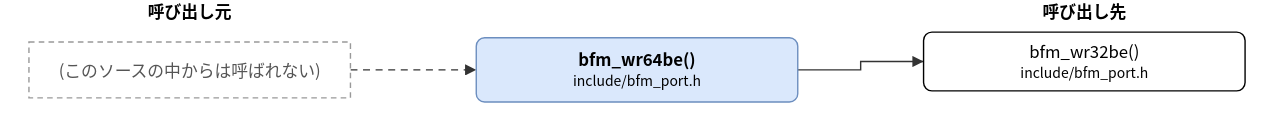
Earlier version of the draw.io export doc/spec/images/call_include_bfm_port-bfm_wr64be.drawio.svg (hf355051012-ai/bfmem). Source tidied: cells renumbered, new cells last; positions are measured from the earlier drawing's top-left corner, leaving out a move shared by most shapes.
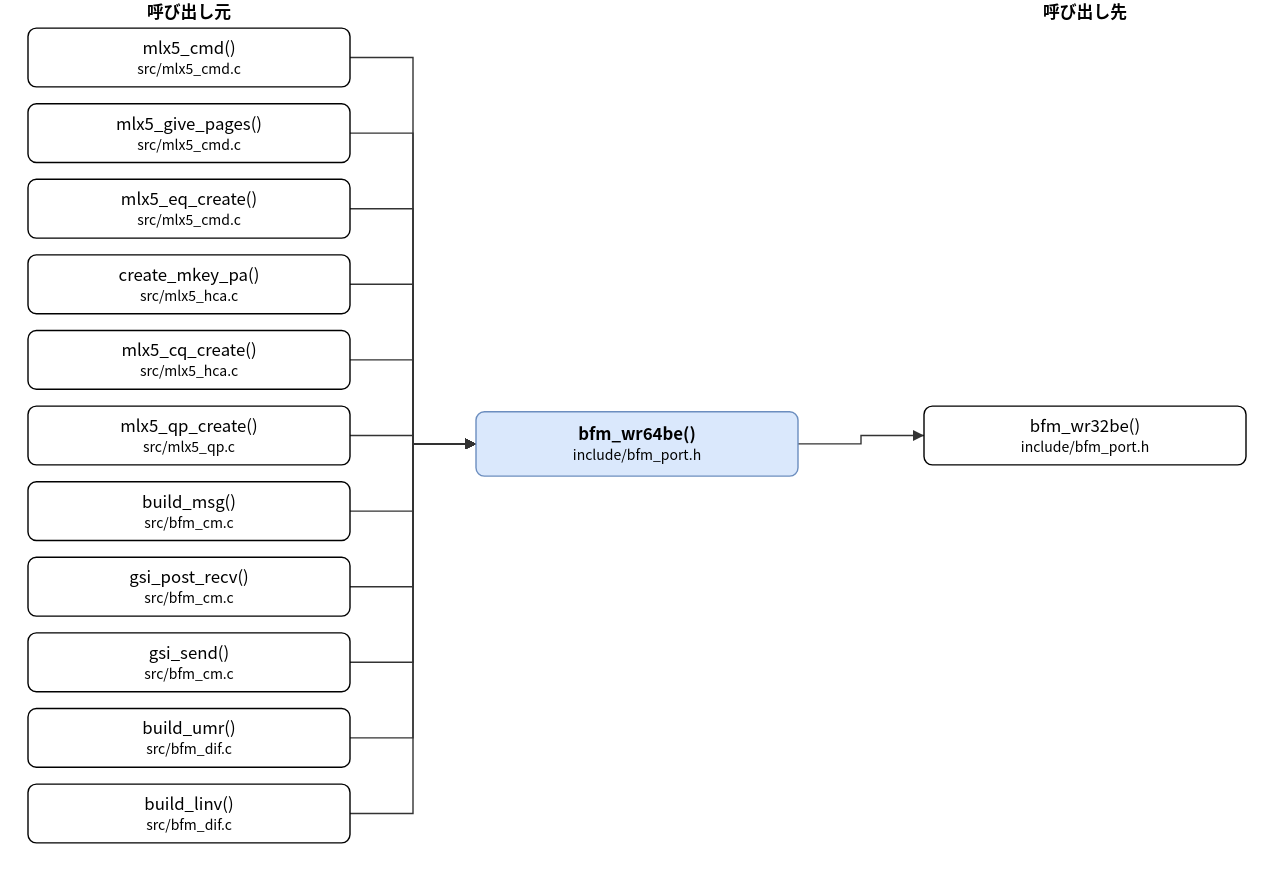
The same diagram one commit later.

Diff of the diagram source:
```diff
@@ -3,25 +3,140 @@
     <mxCell id="0" />
     <mxCell id="1" parent="0" />
     <mxCell id="2" value="bfm_wr64be()&lt;br&gt;&lt;font style=&quot;font-size:10px&quot;&gt;include/bfm_port.h&lt;/font&gt;" style="rounded=1;whiteSpace=wrap;html=1;fillColor=#dae8fc;strokeColor=#6c8ebf;fontStyle=1;" parent="1" vertex="1">
-      <mxGeometry x="320" y="27" width="230" height="46" as="geometry" />
+      <mxGeometry x="320" y="294" width="230" height="46" as="geometry" />
     </mxCell>
+    <mxCell id="4" value="mlx5_cmd()&lt;br&gt;&lt;font style=&quot;font-size:10px&quot;&gt;src/mlx5_cmd.c&lt;/font&gt;" style="rounded=1;whiteSpace=wrap;html=1;" parent="1" vertex="1">
+      <mxGeometry y="20" width="230" height="42" as="geometry" />
+    </mxCell>
+    <mxCell id="9" value="mlx5_give_pages()&lt;br&gt;&lt;font style=&quot;font-size:10px&quot;&gt;src/mlx5_cmd.c&lt;/font&gt;" style="rounded=1;whiteSpace=wrap;html=1;" parent="1" vertex="1">
+      <mxGeometry y="74" width="230" height="42" as="geometry" />
+    </mxCell>
+    <mxCell id="10" value="mlx5_eq_create()&lt;br&gt;&lt;font style=&quot;font-size:10px&quot;&gt;src/mlx5_cmd.c&lt;/font&gt;" style="rounded=1;whiteSpace=wrap;html=1;" parent="1" vertex="1">
+      <mxGeometry y="128" width="230" height="42" as="geometry" />
+    </mxCell>
+    <mxCell id="11" value="create_mkey_pa()&lt;br&gt;&lt;font style=&quot;font-size:10px&quot;&gt;src/mlx5_hca.c&lt;/font&gt;" style="rounded=1;whiteSpace=wrap;html=1;" parent="1" vertex="1">
+      <mxGeometry y="182" width="230" height="42" as="geometry" />
+    </mxCell>
+    <mxCell id="12" value="mlx5_cq_create()&lt;br&gt;&lt;font style=&quot;font-size:10px&quot;&gt;src/mlx5_hca.c&lt;/font&gt;" style="rounded=1;whiteSpace=wrap;html=1;" parent="1" vertex="1">
+      <mxGeometry y="236" width="230" height="42" as="geometry" />
+    </mxCell>
+    <mxCell id="13" value="mlx5_qp_create()&lt;br&gt;&lt;font style=&quot;font-size:10px&quot;&gt;src/mlx5_qp.c&lt;/font&gt;" style="rounded=1;whiteSpace=wrap;html=1;" parent="1" vertex="1">
+      <mxGeometry y="290" width="230" height="42" as="geometry" />
+    </mxCell>
+    <mxCell id="14" value="build_msg()&lt;br&gt;&lt;font style=&quot;font-size:10px&quot;&gt;src/bfm_cm.c&lt;/font&gt;" style="rounded=1;whiteSpace=wrap;html=1;" parent="1" vertex="1">
+      <mxGeometry y="344" width="230" height="42" as="geometry" />
+    </mxCell>
+    <mxCell id="15" value="gsi_post_recv()&lt;br&gt;&lt;font style=&quot;font-size:10px&quot;&gt;src/bfm_cm.c&lt;/font&gt;" style="rounded=1;whiteSpace=wrap;html=1;" parent="1" vertex="1">
+      <mxGeometry y="398" width="230" height="42" as="geometry" />
+    </mxCell>
+    <mxCell id="16" value="gsi_send()&lt;br&gt;&lt;font style=&quot;font-size:10px&quot;&gt;src/bfm_cm.c&lt;/font&gt;" style="rounded=1;whiteSpace=wrap;html=1;" parent="1" vertex="1">
+      <mxGeometry y="452" width="230" height="42" as="geometry" />
+    </mxCell>
+    <mxCell id="17" value="build_umr()&lt;br&gt;&lt;font style=&quot;font-size:10px&quot;&gt;src/bfm_dif.c&lt;/font&gt;" style="rounded=1;whiteSpace=wrap;html=1;" parent="1" vertex="1">
+      <mxGeometry y="506" width="230" height="42" as="geometry" />
+    </mxCell>
+    <mxCell id="18" value="build_linv()&lt;br&gt;&lt;font style=&quot;font-size:10px&quot;&gt;src/bfm_dif.c&lt;/font&gt;" style="rounded=1;whiteSpace=wrap;html=1;" parent="1" vertex="1">
+      <mxGeometry y="560" width="230" height="42" as="geometry" />
+    </mxCell>
     <mxCell id="3" value="bfm_wr32be()&lt;br&gt;&lt;font style=&quot;font-size:10px&quot;&gt;include/bfm_port.h&lt;/font&gt;" style="rounded=1;whiteSpace=wrap;html=1;" parent="1" vertex="1">
-      <mxGeometry x="640" y="23" width="230" height="42" as="geometry" />
+      <mxGeometry x="640" y="290" width="230" height="42" as="geometry" />
     </mxCell>
-    <mxCell id="4" value="(このソースの中からは呼ばれない)" style="rounded=0;whiteSpace=wrap;html=1;dashed=1;strokeColor=#999999;fontColor=#555555;dashed=1;" parent="1" vertex="1">
-      <mxGeometry y="30" width="230" height="40" as="geometry" />
-    </mxCell>
-    <mxCell id="5" style="edgeStyle=none;html=1;rounded=0;endArrow=block;endFill=1;exitX=1.0000;exitY=0.5000;exitDx=0;exitDy=0;exitPerimeter=0;entryX=0.0000;entryY=0.5000;entryDx=0;entryDy=0;entryPerimeter=0;" parent="1" edge="1" source="2" target="3">
+    <mxCell id="5" style="edgeStyle=none;html=1;rounded=0;endArrow=block;endFill=1;exitX=1.0000;exitY=0.5000;exitDx=0;exitDy=0;exitPerimeter=0;entryX=0.0000;entryY=0.5000;entryDx=0;entryDy=0;entryPerimeter=0;" parent="1" edge="1" source="4" target="2">
       <mxGeometry relative="1" as="geometry">
         <Array as="points">
-          <mxPoint x="595" y="50" />
-          <mxPoint x="595" y="44" />
+          <mxPoint x="275" y="41" />
+          <mxPoint x="275" y="317" />
         </Array>
       </mxGeometry>
     </mxCell>
-    <mxCell id="6" style="edgeStyle=none;html=1;rounded=0;endArrow=block;endFill=1;exitX=1.0000;exitY=0.5000;exitDx=0;exitDy=0;exitPerimeter=0;entryX=0.0000;entryY=0.5000;entryDx=0;entryDy=0;entryPerimeter=0;dashed=1;" parent="1" edge="1" source="4" target="2">
-      <mxGeometry relative="1" as="geometry" />
+    <mxCell id="6" style="edgeStyle=none;html=1;rounded=0;endArrow=block;endFill=1;exitX=1.0000;exitY=0.5000;exitDx=0;exitDy=0;exitPerimeter=0;entryX=0.0000;entryY=0.5000;entryDx=0;entryDy=0;entryPerimeter=0;" parent="1" edge="1" source="9" target="2">
+      <mxGeometry relative="1" as="geometry">
+        <Array as="points">
+          <mxPoint x="275" y="95" />
+          <mxPoint x="275" y="317" />
+        </Array>
+      </mxGeometry>
     </mxCell>
+    <mxCell id="19" style="edgeStyle=none;html=1;rounded=0;endArrow=block;endFill=1;exitX=1.0000;exitY=0.5000;exitDx=0;exitDy=0;exitPerimeter=0;entryX=0.0000;entryY=0.5000;entryDx=0;entryDy=0;entryPerimeter=0;" parent="1" edge="1" source="10" target="2">
+      <mxGeometry relative="1" as="geometry">
+        <Array as="points">
+          <mxPoint x="275" y="149" />
+          <mxPoint x="275" y="317" />
+        </Array>
+      </mxGeometry>
+    </mxCell>
+    <mxCell id="20" style="edgeStyle=none;html=1;rounded=0;endArrow=block;endFill=1;exitX=1.0000;exitY=0.5000;exitDx=0;exitDy=0;exitPerimeter=0;entryX=0.0000;entryY=0.5000;entryDx=0;entryDy=0;entryPerimeter=0;" parent="1" edge="1" source="11" target="2">
+      <mxGeometry relative="1" as="geometry">
+        <Array as="points">
+          <mxPoint x="275" y="203" />
+          <mxPoint x="275" y="317" />
+        </Array>
+      </mxGeometry>
+    </mxCell>
+    <mxCell id="21" style="edgeStyle=none;html=1;rounded=0;endArrow=block;endFill=1;exitX=1.0000;exitY=0.5000;exitDx=0;exitDy=0;exitPerimeter=0;entryX=0.0000;entryY=0.5000;entryDx=0;entryDy=0;entryPerimeter=0;" parent="1" edge="1" source="12" target="2">
+      <mxGeometry relative="1" as="geometry">
+        <Array as="points">
+          <mxPoint x="275" y="257" />
+          <mxPoint x="275" y="317" />
+        </Array>
+      </mxGeometry>
+    </mxCell>
+    <mxCell id="22" style="edgeStyle=none;html=1;rounded=0;endArrow=block;endFill=1;exitX=1.0000;exitY=0.5000;exitDx=0;exitDy=0;exitPerimeter=0;entryX=0.0000;entryY=0.5000;entryDx=0;entryDy=0;entryPerimeter=0;" parent="1" edge="1" source="13" target="2">
+      <mxGeometry relative="1" as="geometry">
+        <Array as="points">
+          <mxPoint x="275" y="311" />
+          <mxPoint x="275" y="317" />
+        </Array>
+      </mxGeometry>
+    </mxCell>
+    <mxCell id="23" style="edgeStyle=none;html=1;rounded=0;endArrow=block;endFill=1;exitX=1.0000;exitY=0.5000;exitDx=0;exitDy=0;exitPerimeter=0;entryX=0.0000;entryY=0.5000;entryDx=0;entryDy=0;entryPerimeter=0;" parent="1" edge="1" source="14" target="2">
+      <mxGeometry relative="1" as="geometry">
+        <Array as="points">
+          <mxPoint x="275" y="365" />
+          <mxPoint x="275" y="317" />
+        </Array>
+      </mxGeometry>
+    </mxCell>
+    <mxCell id="24" style="edgeStyle=none;html=1;rounded=0;endArrow=block;endFill=1;exitX=1.0000;exitY=0.5000;exitDx=0;exitDy=0;exitPerimeter=0;entryX=0.0000;entryY=0.5000;entryDx=0;entryDy=0;entryPerimeter=0;" parent="1" edge="1" source="15" target="2">
+      <mxGeometry relative="1" as="geometry">
+        <Array as="points">
+          <mxPoint x="275" y="419" />
+          <mxPoint x="275" y="317" />
+        </Array>
+      </mxGeometry>
+    </mxCell>
+    <mxCell id="25" style="edgeStyle=none;html=1;rounded=0;endArrow=block;endFill=1;exitX=1.0000;exitY=0.5000;exitDx=0;exitDy=0;exitPerimeter=0;entryX=0.0000;entryY=0.5000;entryDx=0;entryDy=0;entryPerimeter=0;" parent="1" edge="1" source="16" target="2">
+      <mxGeometry relative="1" as="geometry">
+        <Array as="points">
+          <mxPoint x="275" y="473" />
+          <mxPoint x="275" y="317" />
+        </Array>
+      </mxGeometry>
+    </mxCell>
+    <mxCell id="26" style="edgeStyle=none;html=1;rounded=0;endArrow=block;endFill=1;exitX=1.0000;exitY=0.5000;exitDx=0;exitDy=0;exitPerimeter=0;entryX=0.0000;entryY=0.5000;entryDx=0;entryDy=0;entryPerimeter=0;" parent="1" edge="1" source="17" target="2">
+      <mxGeometry relative="1" as="geometry">
+        <Array as="points">
+          <mxPoint x="275" y="527" />
+          <mxPoint x="275" y="317" />
+        </Array>
+      </mxGeometry>
+    </mxCell>
+    <mxCell id="27" style="edgeStyle=none;html=1;rounded=0;endArrow=block;endFill=1;exitX=1.0000;exitY=0.5000;exitDx=0;exitDy=0;exitPerimeter=0;entryX=0.0000;entryY=0.5000;entryDx=0;entryDy=0;entryPerimeter=0;" parent="1" edge="1" source="18" target="2">
+      <mxGeometry relative="1" as="geometry">
+        <Array as="points">
+          <mxPoint x="275" y="581" />
+          <mxPoint x="275" y="317" />
+        </Array>
+      </mxGeometry>
+    </mxCell>
+    <mxCell id="28" style="edgeStyle=none;html=1;rounded=0;endArrow=block;endFill=1;exitX=1.0000;exitY=0.5000;exitDx=0;exitDy=0;exitPerimeter=0;entryX=0.0000;entryY=0.5000;entryDx=0;entryDy=0;entryPerimeter=0;" parent="1" edge="1" source="2" target="3">
+      <mxGeometry relative="1" as="geometry">
+        <Array as="points">
+          <mxPoint x="595" y="317" />
+          <mxPoint x="595" y="311" />
+        </Array>
+      </mxGeometry>
+    </mxCell>
     <mxCell id="7" value="呼び出し元" style="text;html=1;align=center;fontStyle=1;" parent="1" vertex="1">
       <mxGeometry x="35" width="160" height="18" as="geometry" />
     </mxCell>
```
